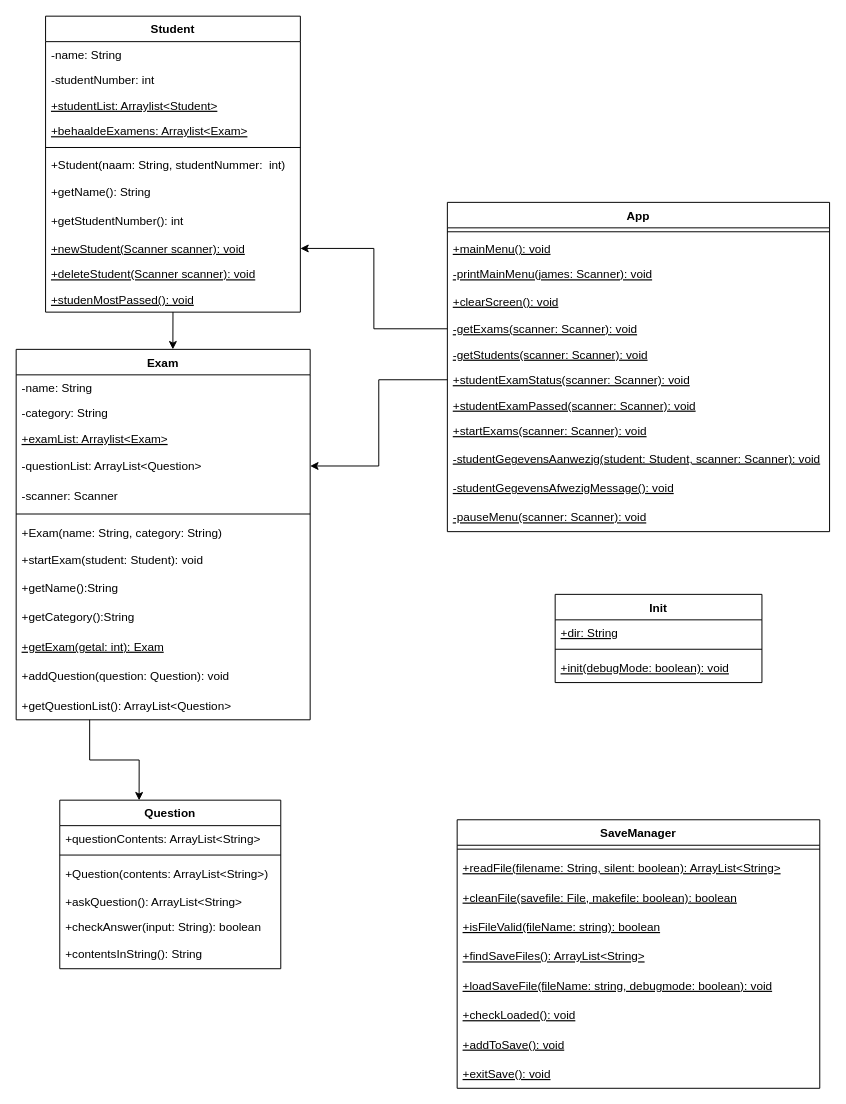
Studeeric/proj1 keeps this draw.io diagram as UML.drawio. Above is the earlier version. Source tidied: cells renumbered, new cells numbered last; positions are measured from the earlier drawing's top-left corner, leaving out a move shared by most shapes. Both pictures are drawn from the tidied source at 98%, with x=0, y=0 at pixel (16, 16).
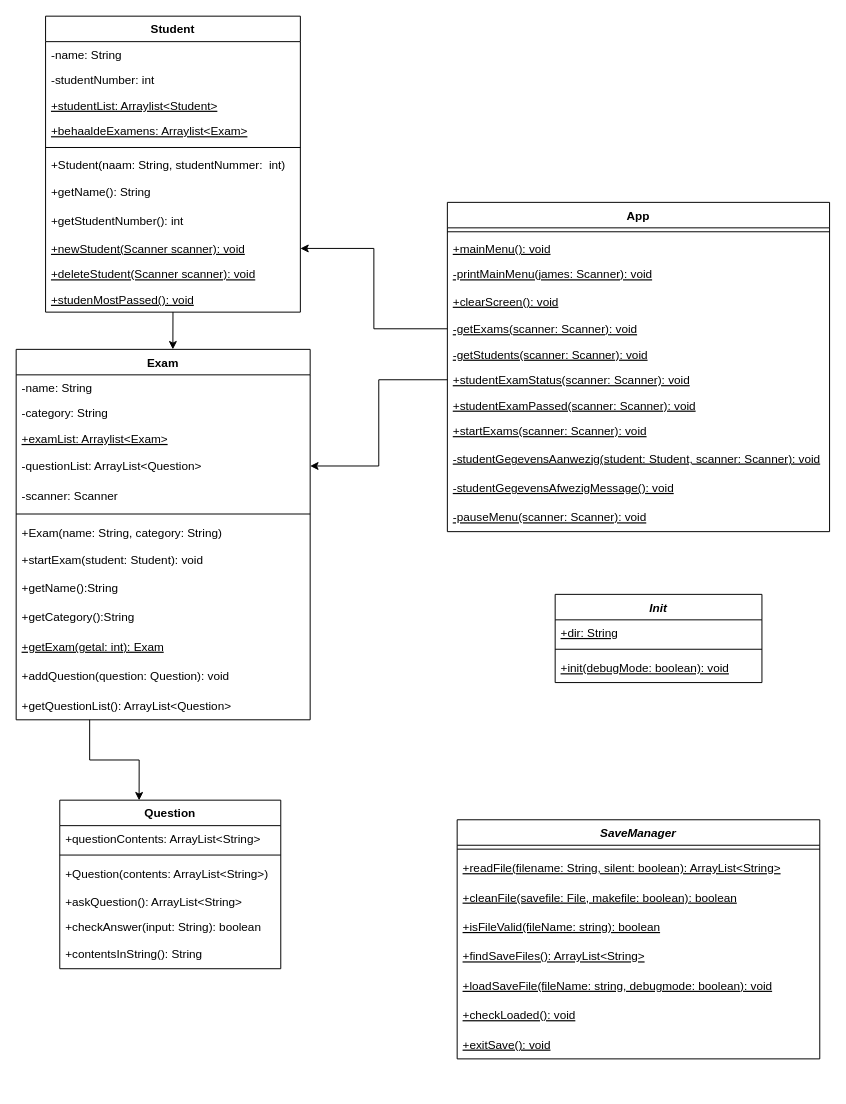
Above is the later version.

Commit message (it also covers changes not shown here):
Updated uml, made init & SaveManager Abstract

Diff of the diagram source:
```diff
@@
-    <mxCell id="50" value="SaveManager" style="swimlane;fontStyle=1;align=center;verticalAlign=top;horizontal=1;startSize=26;" parent="1" vertex="1">
-      <mxGeometry x="450" y="820" width="370" height="274" as="geometry" />
+    <mxCell id="50" value="SaveManager" style="swimlane;fontStyle=3;align=center;verticalAlign=top;horizontal=1;startSize=26;" parent="1" vertex="1">
+      <mxGeometry x="450" y="820" width="370" height="244" as="geometry" />
     </mxCell>
@@
-    <mxCell id="58" value="+addToSave(): void" style="text;strokeColor=none;fillColor=none;align=left;verticalAlign=middle;spacingLeft=4;spacingRight=4;overflow=hidden;fontStyle=4;" parent="50" vertex="1">
-      <mxGeometry y="214" width="370" height="30" as="geometry" />
-    </mxCell>
     <mxCell id="59" value="+exitSave(): void" style="text;strokeColor=none;fillColor=none;align=left;verticalAlign=middle;spacingLeft=4;spacingRight=4;overflow=hidden;fontStyle=4;" parent="50" vertex="1">
-      <mxGeometry y="244" width="370" height="30" as="geometry" />
+      <mxGeometry y="214" width="370" height="30" as="geometry" />
     </mxCell>
@@
-    <mxCell id="62" value="Init" style="swimlane;fontStyle=1;align=center;verticalAlign=top;horizontal=1;startSize=26;" parent="1" vertex="1">
+    <mxCell id="62" value="Init" style="swimlane;fontStyle=3;align=center;verticalAlign=top;horizontal=1;startSize=26;" parent="1" vertex="1">
       <mxGeometry x="550" y="590" width="211" height="90" as="geometry" />
     </mxCell>
```
